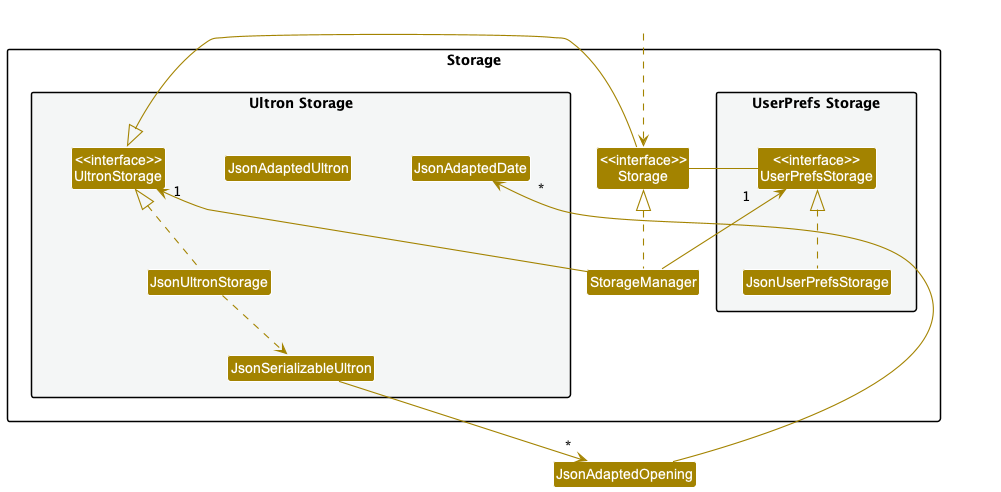
The PlantUML diagram docs/images/StorageClassDiagram.png in nus-cs2103-AY2223S2/tp, before a commit. Source of this version:
```plantuml
@startuml
!include style.puml
skinparam arrowThickness 1.1
skinparam arrowColor STORAGE_COLOR
skinparam classBackgroundColor STORAGE_COLOR

package Storage{

package "UserPrefs Storage" #F4F6F6{
Class "<<interface>>\nUserPrefsStorage" as UserPrefsStorage
Class JsonUserPrefsStorage
}

Class "<<interface>>\nStorage" as Storage
Class StorageManager

package "Ultron Storage" #F4F6F6{
Class "<<interface>>\nUltronStorage" as UltronStorage
Class JsonUltronStorage
Class JsonSerializableUltron
Class JsonAdaptedUltron
Class JsonAdaptedDate
}

}

Class HiddenOutside #FFFFFF
HiddenOutside ..> Storage

StorageManager .up.|> Storage
StorageManager -up-> "1" UserPrefsStorage
StorageManager -up-> "1" UltronStorage

Storage -left-|> UserPrefsStorage
Storage -right-|> UltronStorage

JsonUserPrefsStorage .up.|> UserPrefsStorage
JsonUltronStorage .up.|> UltronStorage
JsonUltronStorage ..> JsonSerializableUltron
JsonSerializableUltron --> "*" JsonAdaptedOpening
JsonAdaptedOpening --> "*" JsonAdaptedDate

@enduml
```
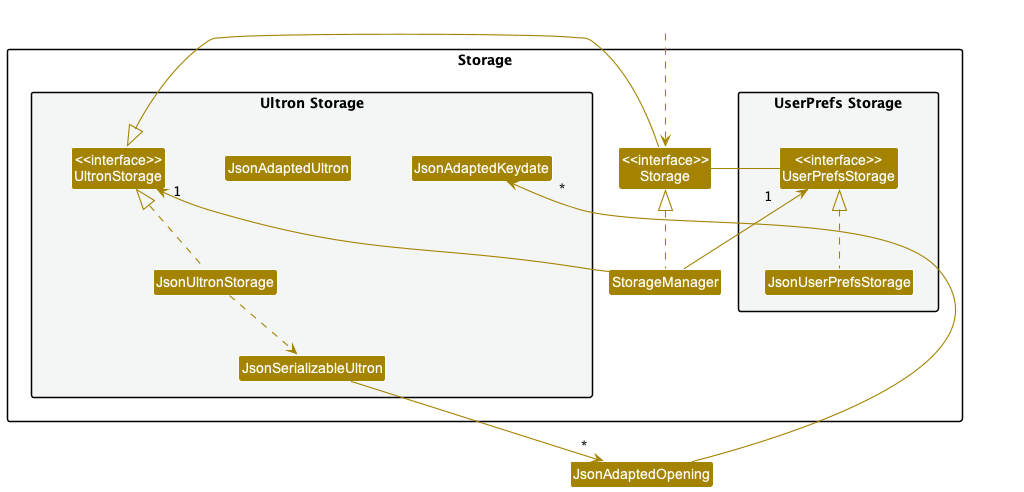
After the commit.

What changed in the source:
```diff
@@ -19,7 +19,7 @@
 Class JsonUltronStorage
 Class JsonSerializableUltron
 Class JsonAdaptedUltron
-Class JsonAdaptedDate
+Class JsonAdaptedKeydate
 }
 
 }
@@ -38,6 +38,6 @@
 JsonUltronStorage .up.|> UltronStorage
 JsonUltronStorage ..> JsonSerializableUltron
 JsonSerializableUltron --> "*" JsonAdaptedOpening
-JsonAdaptedOpening --> "*" JsonAdaptedDate
+JsonAdaptedOpening --> "*" JsonAdaptedKeydate
 
 @enduml
```
